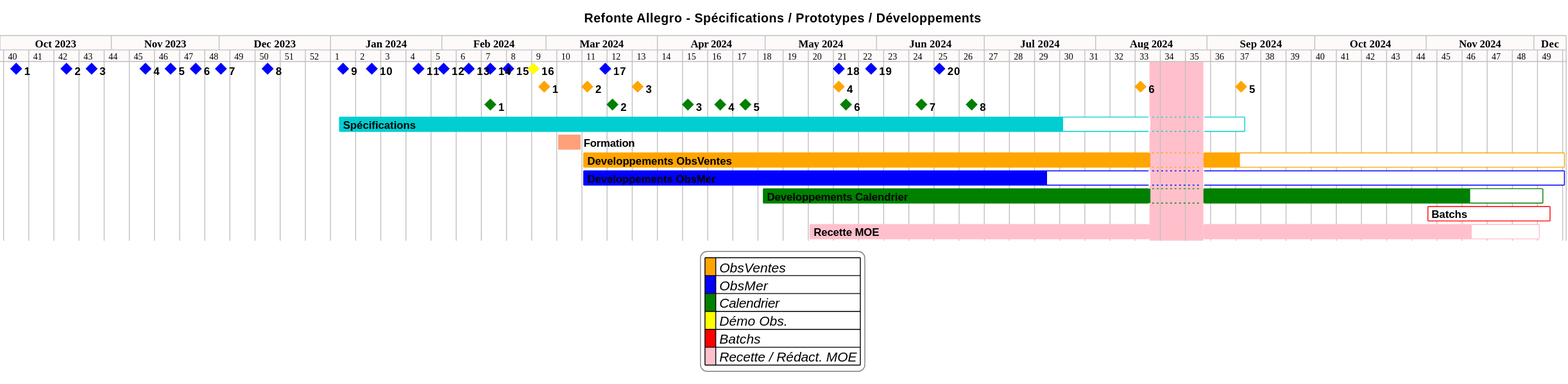
Earlier version of the PlantUML export projects/common/not/images/refonte-allegro-planning-spe-poc.svg (sumaris-net/sumaris-doc).
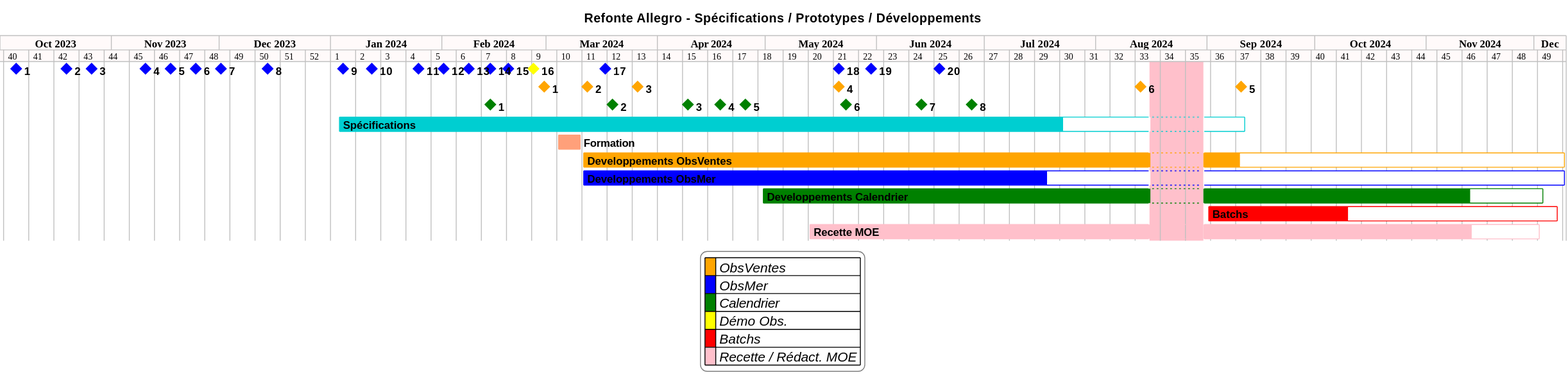
After the change.

Commit message:
[not] Update planning for COPIL meeting

The edit, as a diff of the source:
```diff
@@ -235,9 +235,9 @@
 [TASK5] is colored in green
 [TASK5] is 90% complete
 
-[Batchs] as [TASK6] starts the 2024/11/01 and requires 5 week
+[Batchs] as [TASK6] starts the 2024/09/01 and requires 14 week
 [TASK6] is colored in red
-[TASK6] is 0% complete
+[TASK6] is 40% complete
 
 [Recette MOE] as [TASK7] starts the 2024/05/13 and requires 27 week
 [TASK7] is colored in pink
```
